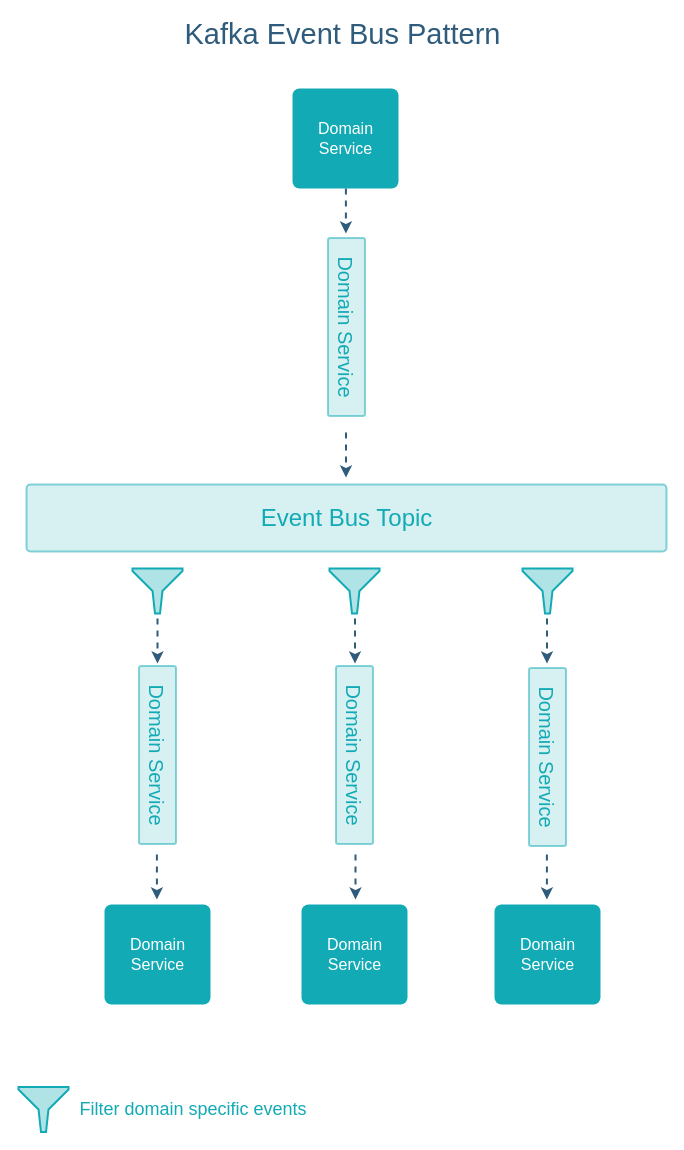
This is event-driven-architecture/kafka-event-bus-pattern.drawio from jinternals/architecture-design, a draw.io file, before an edit. Source tidied: cells renumbered, new cells numbered last; positions are measured from the earlier drawing's top-left corner, leaving out a move shared by most shapes. Both pictures are drawn from the tidied source at 100%, with x=0, y=0 at pixel (18, 24).
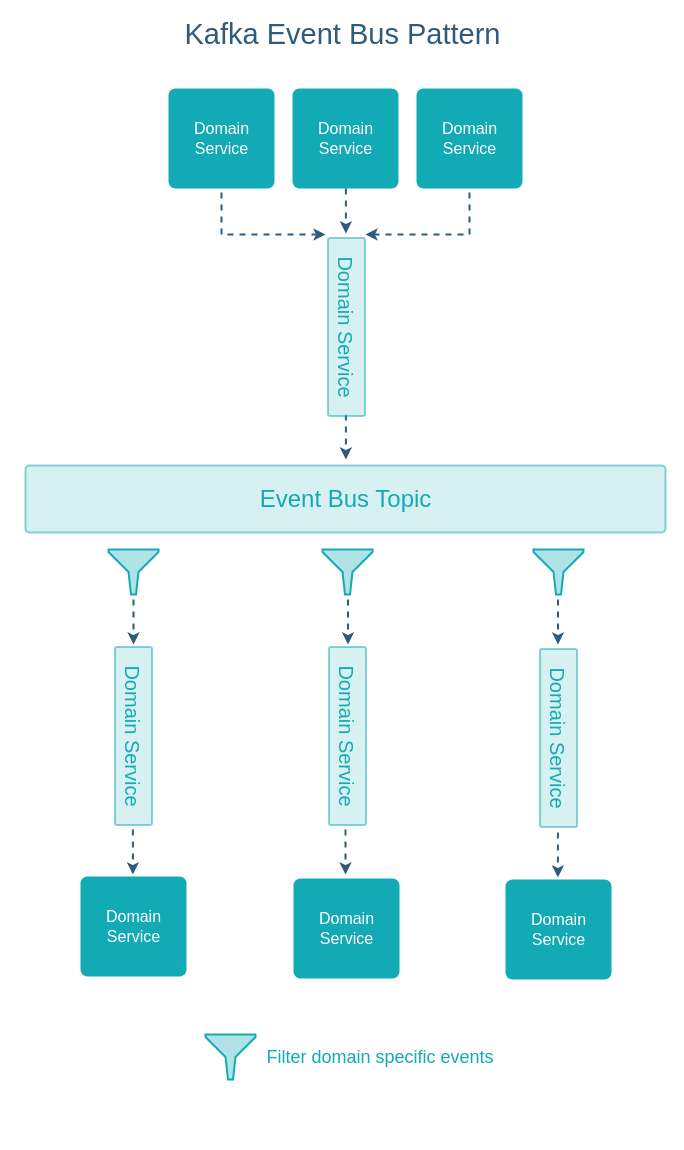
The same diagram, later.

Commit message (it also covers changes not shown here):
Added kafka event-bus-pattern

Diff of the diagram source:
```diff
@@
     <mxCell id="2" value="&lt;span style=&quot;color: rgb(18 , 170 , 181) ; font-size: 24px&quot;&gt;Event Bus Topic&lt;/span&gt;" style="rounded=1;fillColor=#B0E3E6;strokeWidth=2;html=1;strokeColor=#12AAB5;arcSize=6;opacity=50;" parent="1" vertex="1">
-      <mxGeometry x="8" y="460" width="640" height="67" as="geometry" />
+      <mxGeometry x="7" y="441" width="640" height="67" as="geometry" />
     </mxCell>
     <mxCell id="3" value="&lt;span style=&quot;color: rgb(18 , 170 , 181)&quot;&gt;&lt;font style=&quot;font-size: 20px&quot;&gt;Domain Service&lt;/font&gt;&lt;br&gt;&lt;/span&gt;" style="rounded=1;fillColor=#B0E3E6;strokeWidth=2;html=1;strokeColor=#12AAB5;arcSize=6;opacity=50;rotation=90;" parent="1" vertex="1">
-      <mxGeometry x="50" y="712" width="178" height="37" as="geometry" />
+      <mxGeometry x="26" y="693" width="178" height="37" as="geometry" />
     </mxCell>
     <mxCell id="4" value="&lt;span style=&quot;color: rgb(18 , 170 , 181)&quot;&gt;&lt;font style=&quot;font-size: 20px&quot;&gt;Domain Service&lt;/font&gt;&lt;br&gt;&lt;/span&gt;" style="rounded=1;fillColor=#B0E3E6;strokeWidth=2;html=1;strokeColor=#12AAB5;arcSize=6;opacity=50;rotation=90;" parent="1" vertex="1">
-      <mxGeometry x="247" y="712" width="178" height="37" as="geometry" />
+      <mxGeometry x="240" y="693" width="178" height="37" as="geometry" />
     </mxCell>
     <mxCell id="5" value="&lt;span style=&quot;color: rgb(18 , 170 , 181)&quot;&gt;&lt;font style=&quot;font-size: 20px&quot;&gt;Domain Service&lt;/font&gt;&lt;br&gt;&lt;/span&gt;" style="rounded=1;fillColor=#B0E3E6;strokeWidth=2;html=1;strokeColor=#12AAB5;arcSize=6;opacity=50;rotation=90;" parent="1" vertex="1">
-      <mxGeometry x="440" y="714" width="178" height="37" as="geometry" />
+      <mxGeometry x="451" y="695" width="178" height="37" as="geometry" />
     </mxCell>
     <mxCell id="6" style="edgeStyle=none;rounded=0;orthogonalLoop=1;jettySize=auto;html=1;exitX=0.5;exitY=1;exitDx=0;exitDy=0;shadow=0;dashed=1;startArrow=none;startFill=0;strokeColor=#2F5B7C;strokeWidth=2;fontSize=20;" parent="1" edge="1">
       <mxGeometry relative="1" as="geometry">
-        <mxPoint x="139" y="594" as="sourcePoint" />
-        <mxPoint x="139" y="639" as="targetPoint" />
+        <mxPoint x="115" y="575" as="sourcePoint" />
+        <mxPoint x="115" y="620" as="targetPoint" />
       </mxGeometry>
     </mxCell>
     <mxCell id="7" style="edgeStyle=none;rounded=0;orthogonalLoop=1;jettySize=auto;html=1;exitX=0.5;exitY=1;exitDx=0;exitDy=0;shadow=0;dashed=1;startArrow=none;startFill=0;strokeColor=#2F5B7C;strokeWidth=2;fontSize=20;" parent="1" edge="1">
       <mxGeometry relative="1" as="geometry">
-        <mxPoint x="336.5" y="594" as="sourcePoint" />
-        <mxPoint x="336.5" y="639" as="targetPoint" />
+        <mxPoint x="329.5" y="575" as="sourcePoint" />
+        <mxPoint x="329.5" y="620" as="targetPoint" />
       </mxGeometry>
     </mxCell>
     <mxCell id="8" style="edgeStyle=none;rounded=0;orthogonalLoop=1;jettySize=auto;html=1;exitX=0.5;exitY=1;exitDx=0;exitDy=0;shadow=0;dashed=1;startArrow=none;startFill=0;strokeColor=#2F5B7C;strokeWidth=2;fontSize=20;" parent="1" edge="1">
       <mxGeometry relative="1" as="geometry">
-        <mxPoint x="528.5" y="594" as="sourcePoint" />
-        <mxPoint x="528.5" y="639" as="targetPoint" />
+        <mxPoint x="539.5" y="575" as="sourcePoint" />
+        <mxPoint x="539.5" y="620" as="targetPoint" />
       </mxGeometry>
     </mxCell>
     <mxCell id="9" style="edgeStyle=none;rounded=0;orthogonalLoop=1;jettySize=auto;html=1;exitX=0.5;exitY=1;exitDx=0;exitDy=0;shadow=0;dashed=1;startArrow=none;startFill=0;strokeColor=#2F5B7C;strokeWidth=2;fontSize=20;" parent="1" edge="1">
       <mxGeometry relative="1" as="geometry">
-        <mxPoint x="327.5" y="408" as="sourcePoint" />
-        <mxPoint x="327.5" y="453" as="targetPoint" />
+        <mxPoint x="327.4" y="390" as="sourcePoint" />
+        <mxPoint x="327.4" y="435" as="targetPoint" />
       </mxGeometry>
     </mxCell>
     <mxCell id="10" style="shadow=0;dashed=0;html=1;strokeColor=#12AAB5;labelPosition=center;verticalLabelPosition=bottom;verticalAlign=top;align=center;fillColor=#B0E3E6;shape=mxgraph.mscae.enterprise.filter;strokeWidth=2;" parent="1" vertex="1">
-      <mxGeometry x="114" y="544" width="50" height="45" as="geometry" />
+      <mxGeometry x="90" y="525" width="50" height="45" as="geometry" />
     </mxCell>
     <mxCell id="11" style="shadow=0;dashed=0;html=1;strokeColor=#12AAB5;labelPosition=center;verticalLabelPosition=bottom;verticalAlign=top;align=center;fillColor=#B0E3E6;shape=mxgraph.mscae.enterprise.filter;strokeWidth=2;" parent="1" vertex="1">
-      <mxGeometry x="311" y="544" width="50" height="45" as="geometry" />
+      <mxGeometry x="304" y="525" width="50" height="45" as="geometry" />
     </mxCell>
     <mxCell id="12" style="shadow=0;dashed=0;html=1;strokeColor=#12AAB5;labelPosition=center;verticalLabelPosition=bottom;verticalAlign=top;align=center;fillColor=#B0E3E6;shape=mxgraph.mscae.enterprise.filter;strokeWidth=2;" parent="1" vertex="1">
-      <mxGeometry x="504" y="544" width="50" height="45" as="geometry" />
+      <mxGeometry x="515" y="525" width="50" height="45" as="geometry" />
     </mxCell>
@@
     <mxCell id="14" style="shadow=0;dashed=0;html=1;strokeColor=#12AAB5;labelPosition=center;verticalLabelPosition=bottom;verticalAlign=top;align=center;fillColor=#B0E3E6;shape=mxgraph.mscae.enterprise.filter;strokeWidth=2;" parent="1" vertex="1">
-      <mxGeometry y="1062.5" width="50" height="45" as="geometry" />
+      <mxGeometry x="187" y="1010" width="50" height="45" as="geometry" />
     </mxCell>
     <mxCell id="15" value="&lt;font style=&quot;font-size: 18px&quot; color=&quot;#12aab5&quot;&gt;Filter domain specific events&lt;/font&gt;" style="text;html=1;strokeColor=none;fillColor=none;align=center;verticalAlign=middle;whiteSpace=wrap;rounded=0;" parent="1" vertex="1">
-      <mxGeometry x="50" y="1075" width="250" height="20" as="geometry" />
+      <mxGeometry x="237" y="1022.5" width="250" height="20" as="geometry" />
     </mxCell>
@@
     <mxCell id="18" value="Domain&lt;br&gt;Service" style="rounded=1;fillColor=#12aab5;strokeWidth=2;html=1;strokeColor=none;fontColor=#FFFFFF;fontSize=16;arcSize=7;perimeterSpacing=4;" parent="1" vertex="1">
-      <mxGeometry x="86" y="880" width="106" height="100" as="geometry" />
+      <mxGeometry x="62" y="852" width="106" height="100" as="geometry" />
     </mxCell>
     <mxCell id="19" value="Domain&lt;br&gt;Service" style="rounded=1;fillColor=#12aab5;strokeWidth=2;html=1;strokeColor=none;fontColor=#FFFFFF;fontSize=16;arcSize=7;perimeterSpacing=4;" parent="1" vertex="1">
-      <mxGeometry x="283" y="880" width="106" height="100" as="geometry" />
+      <mxGeometry x="275" y="854" width="106" height="100" as="geometry" />
     </mxCell>
     <mxCell id="20" value="Domain&lt;br&gt;Service" style="rounded=1;fillColor=#12aab5;strokeWidth=2;html=1;strokeColor=none;fontColor=#FFFFFF;fontSize=16;arcSize=7;perimeterSpacing=4;" parent="1" vertex="1">
-      <mxGeometry x="476" y="880" width="106" height="100" as="geometry" />
+      <mxGeometry x="487" y="855" width="106" height="100" as="geometry" />
     </mxCell>
     <mxCell id="21" style="edgeStyle=none;rounded=0;orthogonalLoop=1;jettySize=auto;html=1;exitX=0.5;exitY=1;exitDx=0;exitDy=0;shadow=0;dashed=1;startArrow=none;startFill=0;strokeColor=#2F5B7C;strokeWidth=2;fontSize=20;" parent="1" edge="1">
       <mxGeometry relative="1" as="geometry">
-        <mxPoint x="138.4" y="830" as="sourcePoint" />
-        <mxPoint x="138.4" y="875" as="targetPoint" />
+        <mxPoint x="114.4" y="805" as="sourcePoint" />
+        <mxPoint x="114.4" y="850" as="targetPoint" />
       </mxGeometry>
     </mxCell>
     <mxCell id="22" style="edgeStyle=none;rounded=0;orthogonalLoop=1;jettySize=auto;html=1;exitX=0.5;exitY=1;exitDx=0;exitDy=0;shadow=0;dashed=1;startArrow=none;startFill=0;strokeColor=#2F5B7C;strokeWidth=2;fontSize=20;" parent="1" edge="1">
       <mxGeometry relative="1" as="geometry">
-        <mxPoint x="337" y="830" as="sourcePoint" />
-        <mxPoint x="337" y="875" as="targetPoint" />
+        <mxPoint x="327" y="805" as="sourcePoint" />
+        <mxPoint x="327" y="850" as="targetPoint" />
       </mxGeometry>
     </mxCell>
     <mxCell id="23" style="edgeStyle=none;rounded=0;orthogonalLoop=1;jettySize=auto;html=1;exitX=0.5;exitY=1;exitDx=0;exitDy=0;shadow=0;dashed=1;startArrow=none;startFill=0;strokeColor=#2F5B7C;strokeWidth=2;fontSize=20;" parent="1" edge="1">
       <mxGeometry relative="1" as="geometry">
-        <mxPoint x="528.4" y="830" as="sourcePoint" />
-        <mxPoint x="528.4" y="875" as="targetPoint" />
+        <mxPoint x="539.4" y="808" as="sourcePoint" />
+        <mxPoint x="539.4" y="853" as="targetPoint" />
       </mxGeometry>
     </mxCell>
@@
+    <mxCell id="25" value="Domain&lt;br&gt;Service" style="rounded=1;fillColor=#12aab5;strokeWidth=2;html=1;strokeColor=none;fontColor=#FFFFFF;fontSize=16;arcSize=7;perimeterSpacing=4;" parent="1" vertex="1">
+      <mxGeometry x="150" y="64" width="106" height="100" as="geometry" />
+    </mxCell>
+    <mxCell id="26" value="Domain&lt;br&gt;Service" style="rounded=1;fillColor=#12aab5;strokeWidth=2;html=1;strokeColor=none;fontColor=#FFFFFF;fontSize=16;arcSize=7;perimeterSpacing=4;" parent="1" vertex="1">
+      <mxGeometry x="398" y="64" width="106" height="100" as="geometry" />
+    </mxCell>
+    <mxCell id="27" style="edgeStyle=none;rounded=0;jettySize=auto;html=1;shadow=0;dashed=1;startArrow=none;startFill=0;strokeColor=#2F5B7C;strokeWidth=2;fontSize=20;exitX=0.5;exitY=1;exitDx=0;exitDy=0;" parent="1" edge="1" source="25">
+      <mxGeometry relative="1" as="geometry">
+        <mxPoint x="307" y="210" as="targetPoint" />
+        <Array as="points">
+          <mxPoint x="203" y="210" />
+        </Array>
+      </mxGeometry>
+    </mxCell>
+    <mxCell id="28" style="edgeStyle=none;rounded=0;jettySize=auto;html=1;exitX=0.5;exitY=1;exitDx=0;exitDy=0;shadow=0;dashed=1;startArrow=none;startFill=0;strokeColor=#2F5B7C;strokeWidth=2;fontSize=20;" parent="1" edge="1" source="26">
+      <mxGeometry relative="1" as="geometry">
+        <mxPoint x="347" y="210" as="targetPoint" />
+        <Array as="points">
+          <mxPoint x="451" y="210" />
+        </Array>
+      </mxGeometry>
+    </mxCell>
```
